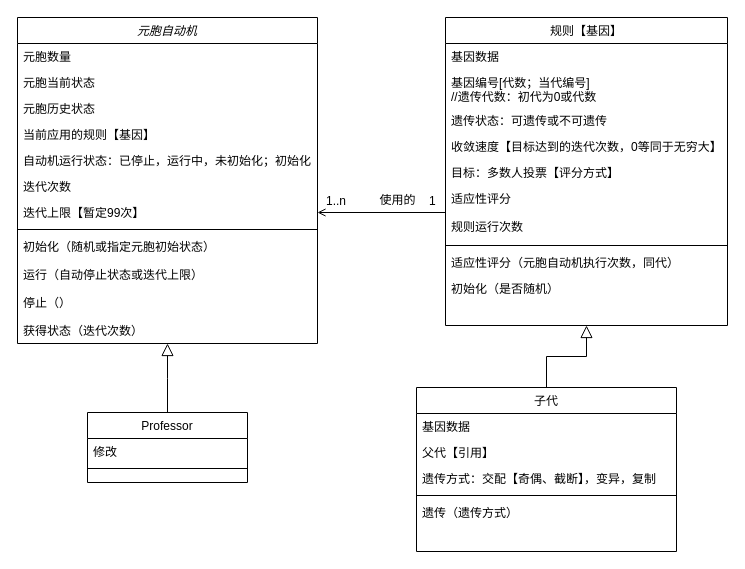
Before: 元胞自动机V0.5.drawio in ligumi/CellularAutomataProject, a draw.io diagram. Source tidied: cells renumbered, new cells numbered last; positions are measured from the earlier drawing's top-left corner, leaving out a move shared by most shapes. Both pictures are drawn from the tidied source at 100%, with x=0, y=0 at pixel (17, 17).
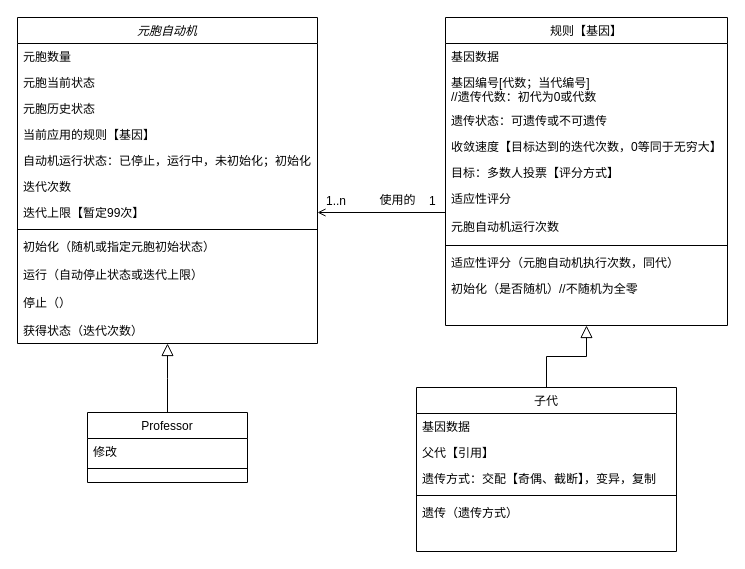
Above is the later version.

Commit message:
Update 元胞自动机V0.5.drawio

Unchanged cells that the change refers to:
```xml
<mxCell id="26" value="规则【基因】" style="swimlane;fontStyle=0;align=center;verticalAlign=top;horizontal=1;startSize=26;rounded=0;shadow=0;strokeWidth=1;" parent="1" vertex="1">
  <mxGeometry x="428" width="282" height="308" as="geometry" />
</mxCell>
```

Change to the diagram source:
```diff
@@
-    <mxCell id="33" value="规则运行次数&#10;" style="text;align=left;verticalAlign=top;spacingLeft=4;spacingRight=4;overflow=hidden;" parent="26" vertex="1">
+    <mxCell id="33" value="元胞自动机运行次数&#10;" style="text;align=left;verticalAlign=top;spacingLeft=4;spacingRight=4;overflow=hidden;" parent="26" vertex="1">
       <mxGeometry y="196" width="282" height="28" as="geometry" />
     </mxCell>
@@
-    <mxCell id="36" value="初始化（是否随机）" style="text;align=left;verticalAlign=top;spacingLeft=4;spacingRight=4;overflow=hidden;" parent="26" vertex="1">
+    <mxCell id="36" value="初始化（是否随机）//不随机为全零" style="text;align=left;verticalAlign=top;spacingLeft=4;spacingRight=4;overflow=hidden;" parent="26" vertex="1">
       <mxGeometry y="258" width="282" height="26" as="geometry" />
     </mxCell>
```
